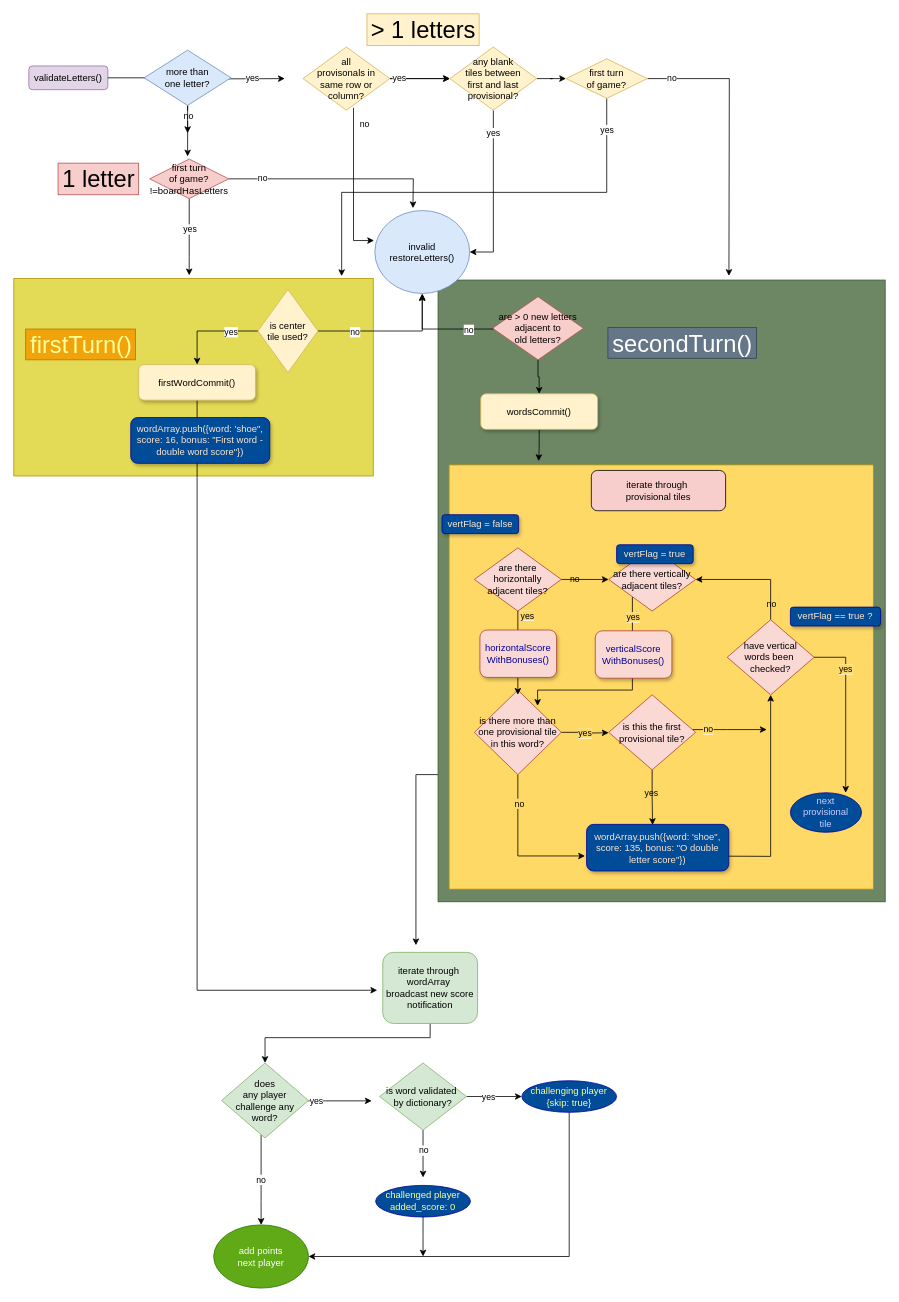
davebenjoya/scrooble keeps this draw.io diagram as scrooble_scoring.drawio. Above is the earlier version. Source tidied: cells renumbered, new cells numbered last; positions are measured from the earlier drawing's top-left corner, leaving out a move shared by most shapes. Both pictures are drawn from the tidied source at 79%, with x=0, y=0 at pixel (13, 13).
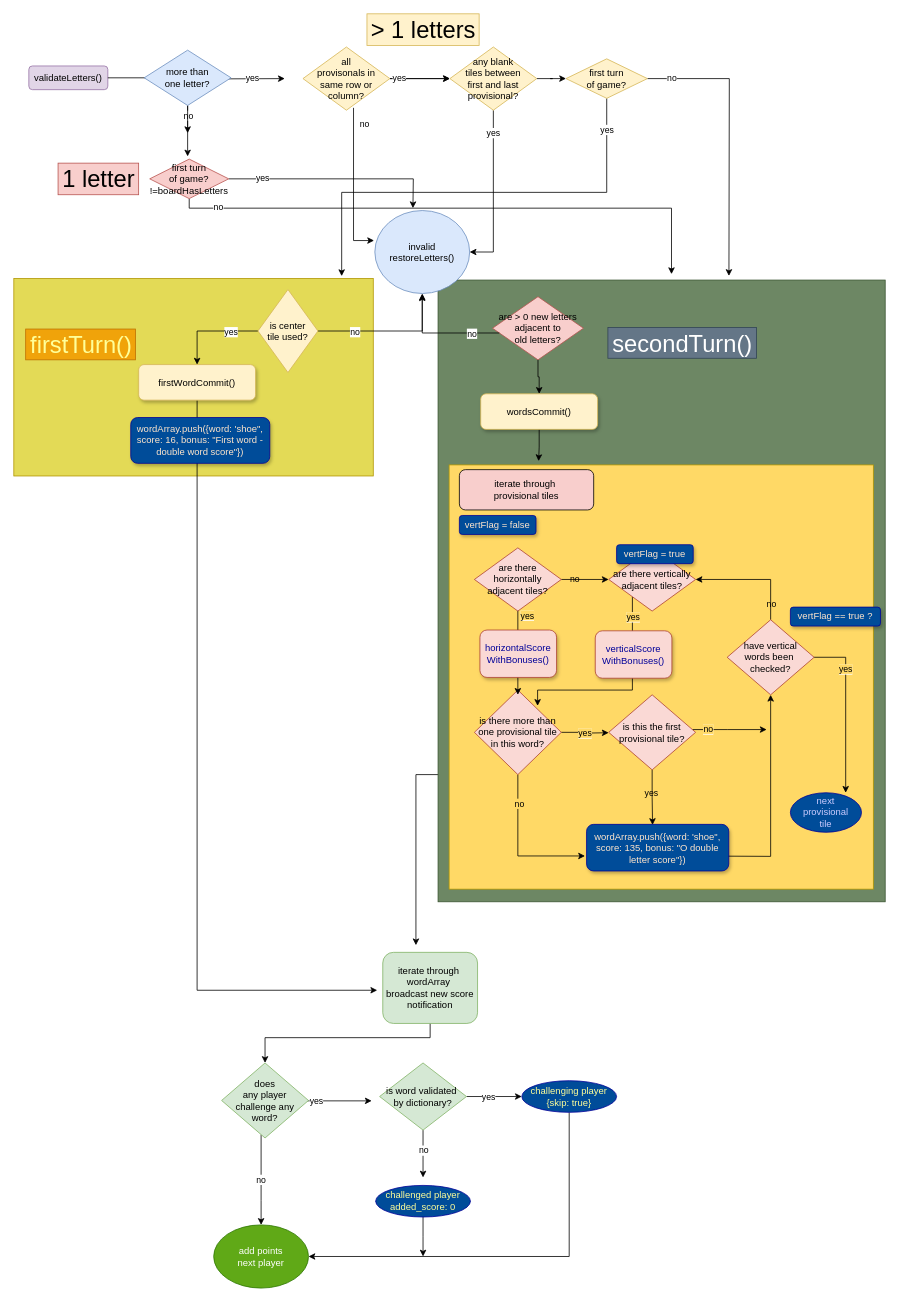
After the change.

Unchanged cells that the change refers to:
```xml
<mxCell id="7" value="invalid&lt;br&gt;restoreLetters()" style="ellipse;whiteSpace=wrap;html=1;fillColor=#dae8fc;strokeColor=#6c8ebf;" parent="1" vertex="1">
  <mxGeometry x="457" y="249" width="120" height="105" as="geometry" />
</mxCell>
<mxCell id="19" value="are &amp;gt; 0 new letters&lt;br&gt;adjacent to &lt;br&gt;old letters?" style="rhombus;whiteSpace=wrap;html=1;fillColor=#f8cecc;strokeColor=#b85450;" parent="1" vertex="1">
  <mxGeometry x="606" y="358" width="115" height="80" as="geometry" />
</mxCell>
<mxCell id="84" style="edgeStyle=orthogonalEdgeStyle;rounded=0;jettySize=auto;html=1;" parent="1" edge="1" source="86">
  <mxGeometry relative="1" as="geometry">
    <mxPoint x="505.2" y="246" as="targetPoint" />
  </mxGeometry>
</mxCell>
<mxCell id="86" value="first turn&lt;br&gt;of game? &lt;br&gt;!=boardHasLetters" style="rhombus;whiteSpace=wrap;html=1;fillColor=#f8cecc;strokeColor=#b85450;" parent="1" vertex="1">
  <mxGeometry x="172" y="183.9" width="100" height="50" as="geometry" />
</mxCell>
```

Change to the diagram source:
```diff
@@
     <mxCell id="20" value="iterate through&amp;nbsp;&lt;br&gt;provisional tiles" style="rounded=1;whiteSpace=wrap;html=1;fillColor=#f8cecc;" parent="1" vertex="1">
-      <mxGeometry x="731" y="578" width="170" height="51" as="geometry" />
+      <mxGeometry x="564" y="577" width="170" height="51" as="geometry" />
     </mxCell>
@@
     <mxCell id="70" value="&lt;font color=&quot;#ffe6cc&quot;&gt;vertFlag = false&lt;/font&gt;" style="rounded=1;whiteSpace=wrap;html=1;shadow=1;glass=0;sketch=0;strokeColor=#000099;fillColor=#004C99;" parent="1" vertex="1">
-      <mxGeometry x="542" y="634" width="97" height="24" as="geometry" />
+      <mxGeometry x="564" y="635" width="97" height="24" as="geometry" />
     </mxCell>
@@
-    <mxCell id="82" style="edgeStyle=orthogonalEdgeStyle;rounded=0;orthogonalLoop=1;jettySize=auto;html=1;" parent="1" edge="1">
-      <mxGeometry relative="1" as="geometry">
-        <mxPoint x="222" y="233.9" as="sourcePoint" />
-        <mxPoint x="222" y="331" as="targetPoint" />
-        <Array as="points">
-          <mxPoint x="222" y="307" />
-        </Array>
-      </mxGeometry>
-    </mxCell>
-    <mxCell id="83" value="yes" style="edgeLabel;html=1;align=center;verticalAlign=middle;" parent="82" vertex="1">
-      <mxGeometry x="-0.94" relative="1" as="geometry">
-        <mxPoint y="36" as="offset" />
-      </mxGeometry>
-    </mxCell>
@@
-    <mxCell id="85" value="no" style="edgeLabel;html=1;align=center;verticalAlign=middle;" parent="84" vertex="1">
+    <mxCell id="85" value="yes" style="edgeLabel;html=1;align=center;verticalAlign=middle;" parent="84" vertex="1">
       <mxGeometry x="-0.69" y="1" relative="1" as="geometry" />
     </mxCell>
+    <mxCell id="101" style="edgeStyle=orthogonalEdgeStyle;rounded=0;jettySize=auto;html=1;exitX=0.5;exitY=1;exitDx=0;exitDy=0;" parent="1" edge="1" source="86">
+      <mxGeometry relative="1" as="geometry">
+        <mxPoint x="832.5" y="329.5" as="targetPoint" />
+        <Array as="points">
+          <mxPoint x="222" y="246" />
+          <mxPoint x="833" y="246" />
+        </Array>
+      </mxGeometry>
+    </mxCell>
+    <mxCell id="102" value="no" style="edgeLabel;html=1;align=center;verticalAlign=middle;" parent="101" vertex="1">
+      <mxGeometry x="-0.86" y="2" relative="1" as="geometry" />
+    </mxCell>
@@
     <mxCell id="97" style="edgeStyle=orthogonalEdgeStyle;rounded=0;jettySize=auto;html=1;" parent="1" edge="1" source="19" target="7">
       <mxGeometry relative="1" as="geometry">
         <Array as="points">
-          <mxPoint x="517" y="399" />
+          <mxPoint x="517" y="404" />
         </Array>
       </mxGeometry>
     </mxCell>
@@
+    <mxCell id="103" style="edgeStyle=orthogonalEdgeStyle;rounded=0;orthogonalLoop=1;jettySize=auto;html=1;exitX=0.5;exitY=1;exitDx=0;exitDy=0;" parent="1" edge="1" source="70" target="70">
+      <mxGeometry relative="1" as="geometry" />
+    </mxCell>
```
